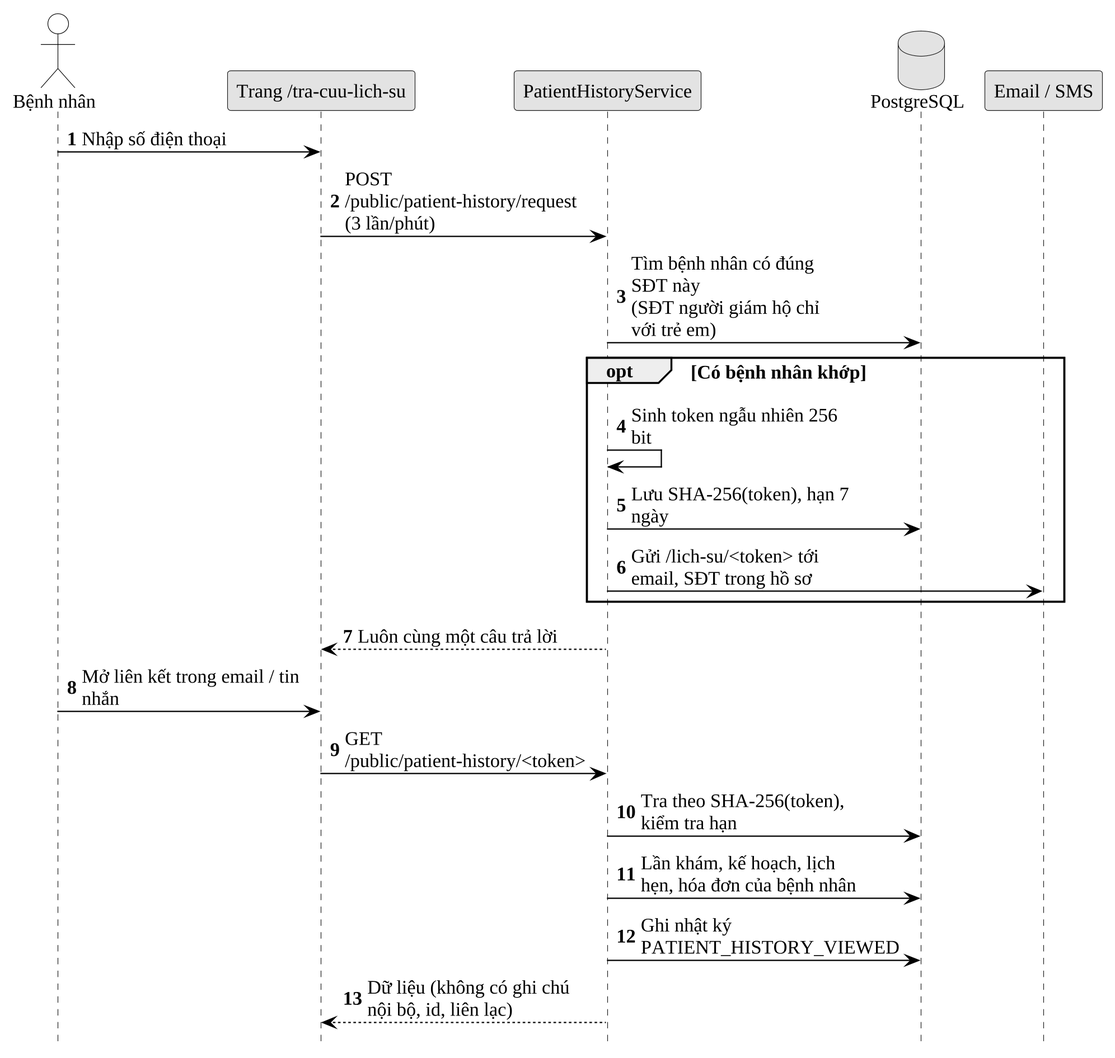
Earlier version of the PlantUML export docs/10_Thesis/bao-cao/hinh/3-12-tuan-tu-tra-cuu-lich-su.png (Trantuan0310/dental-clinic-nestjs-react).
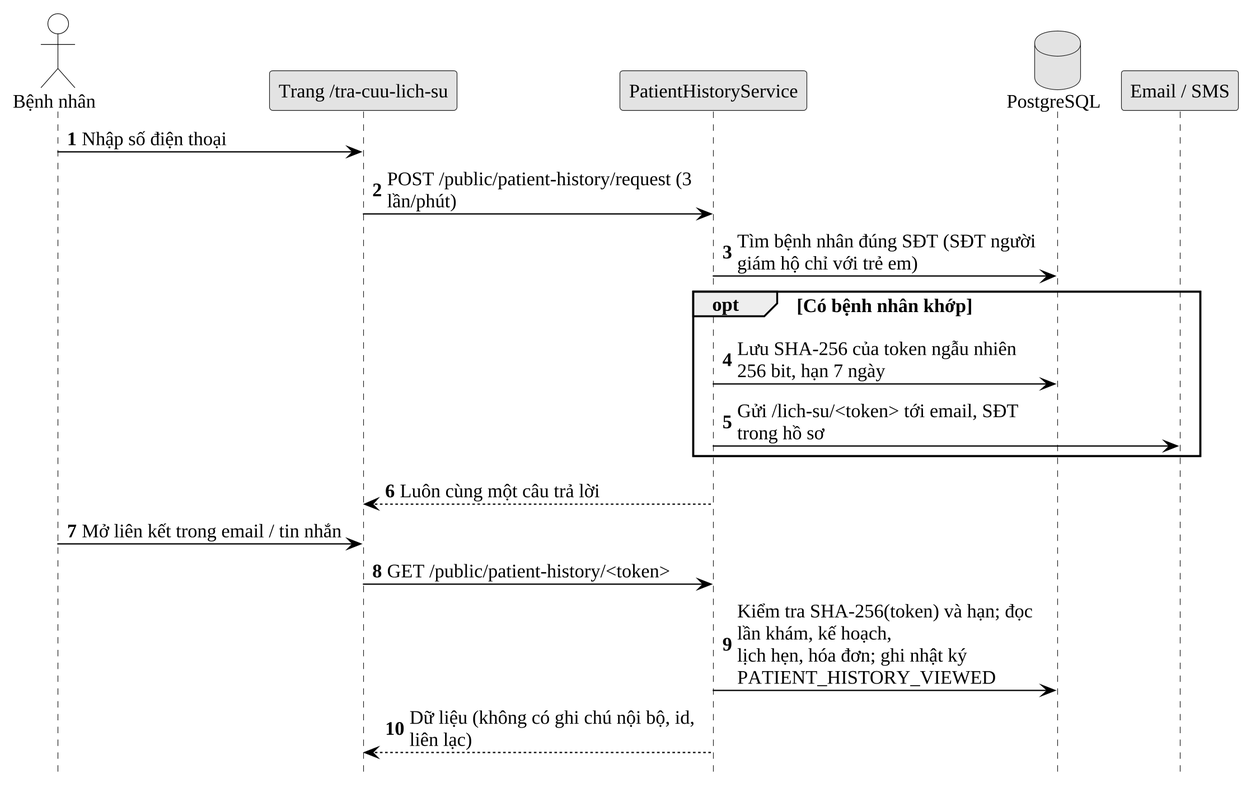
The same file after the commit.

Change to the diagram source:
```diff
@@ -1,5 +1,6 @@
 @startuml
 !include _kieu.iuml
+skinparam wrapWidth 240
 hide footbox
 autonumber
 actor "Bệnh nhân" as BN
@@ -9,17 +10,14 @@
 participant "Email / SMS" as MS
 BN -> FE : Nhập số điện thoại
 FE -> SV : POST /public/patient-history/request (3 lần/phút)
-SV -> DB : Tìm bệnh nhân có đúng SĐT này\n(SĐT người giám hộ chỉ với trẻ em)
+SV -> DB : Tìm bệnh nhân đúng SĐT (SĐT người giám hộ chỉ với trẻ em)
 opt Có bệnh nhân khớp
-  SV -> SV : Sinh token ngẫu nhiên 256 bit
-  SV -> DB : Lưu SHA-256(token), hạn 7 ngày
+  SV -> DB : Lưu SHA-256 của token ngẫu nhiên 256 bit, hạn 7 ngày
   SV -> MS : Gửi /lich-su/<token> tới email, SĐT trong hồ sơ
 end
 SV --> FE : Luôn cùng một câu trả lời
 BN -> FE : Mở liên kết trong email / tin nhắn
 FE -> SV : GET /public/patient-history/<token>
-SV -> DB : Tra theo SHA-256(token), kiểm tra hạn
-SV -> DB : Lần khám, kế hoạch, lịch hẹn, hóa đơn của bệnh nhân
-SV -> DB : Ghi nhật ký PATIENT_HISTORY_VIEWED
+SV -> DB : Kiểm tra SHA-256(token) và hạn; đọc lần khám, kế hoạch,\nlịch hẹn, hóa đơn; ghi nhật ký PATIENT_HISTORY_VIEWED
 SV --> FE : Dữ liệu (không có ghi chú nội bộ, id, liên lạc)
 @enduml
```
